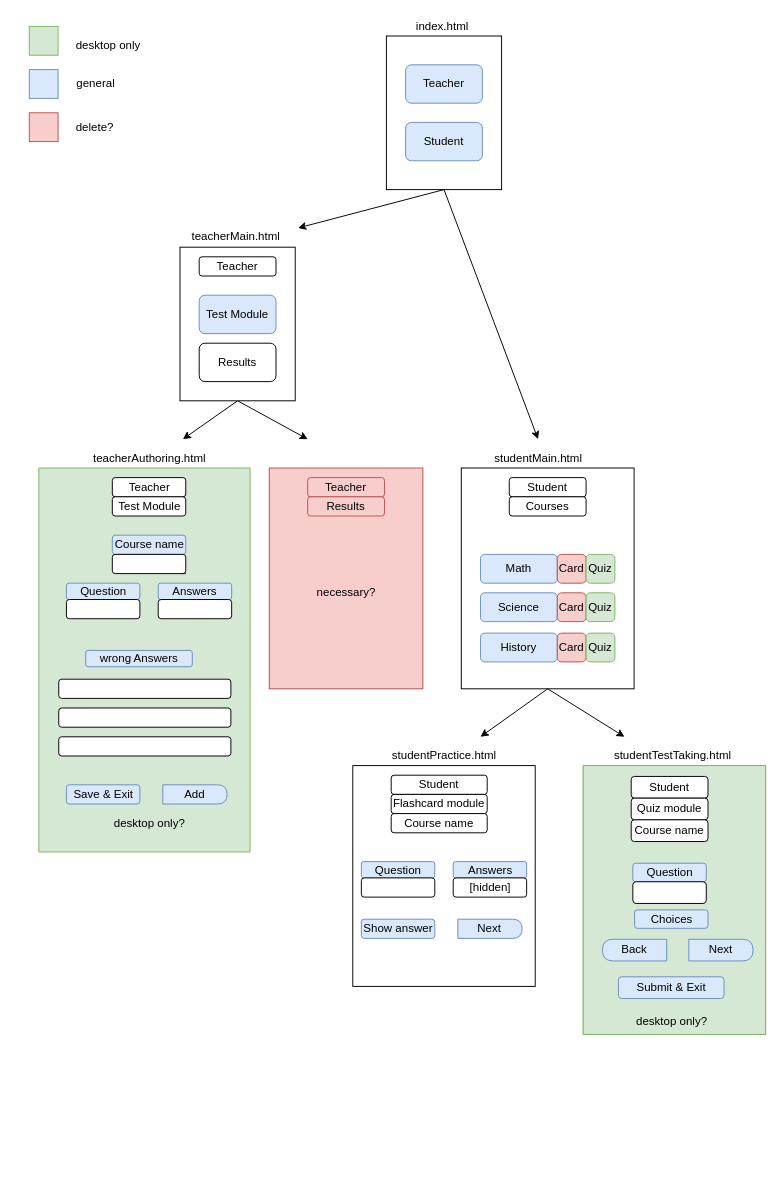
Above: page "index" (1 of 6) of Untitled Diagram.drawio in Yousef-Emadi/ZOE-Website (draw.io), before the change. Source tidied: cells renumbered, new cells numbered last; positions are measured from the earlier drawing's top-left corner, leaving out a move shared by most shapes. Both pictures are drawn from the tidied source at 96%, with x=0, y=0 at pixel (29, 16).
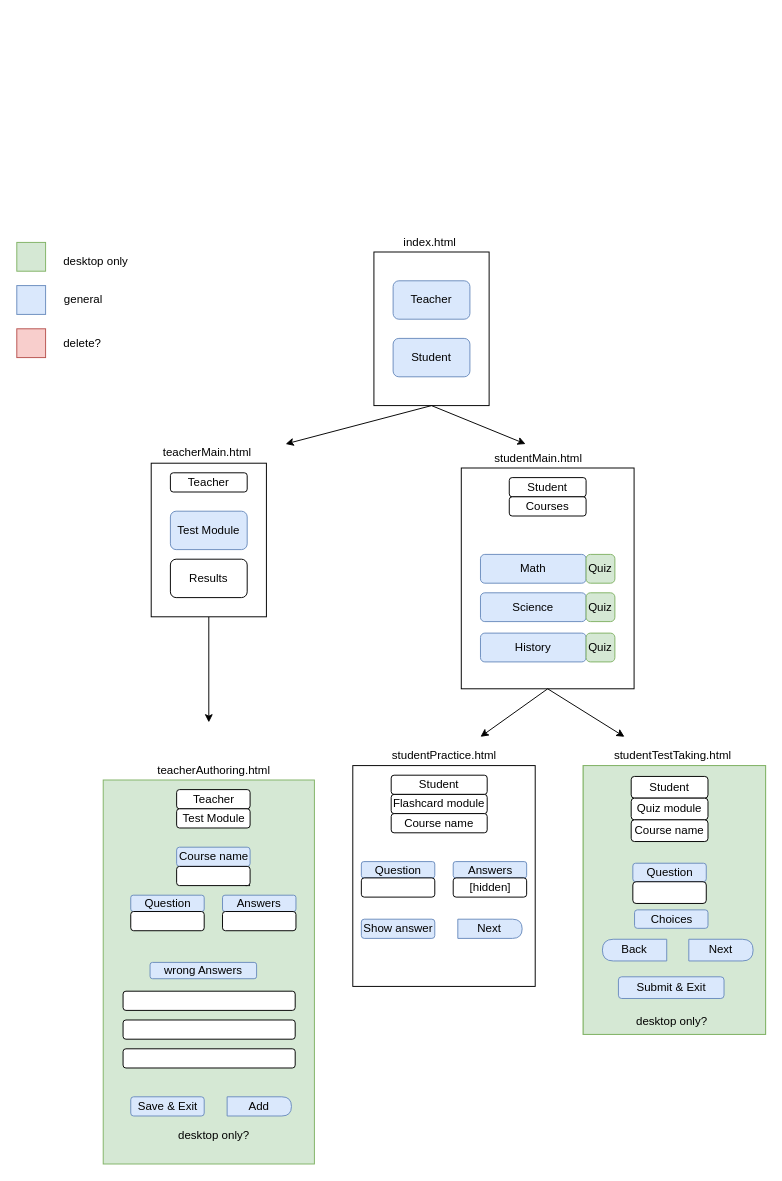
The same page after the edit.

The change refers to these unchanged cells:
```xml
<mxCell id="52" style="rounded=0;whiteSpace=wrap;html=1;" parent="51" vertex="1">
  <mxGeometry width="120" height="160" as="geometry" />
</mxCell>
```

Diff of the diagram source:
```diff
@@
     <mxCell id="2" style="rounded=0;whiteSpace=wrap;html=1;" parent="1" vertex="1">
-      <mxGeometry x="372" y="20" width="120" height="160" as="geometry" />
+      <mxGeometry x="359" y="245" width="120" height="160" as="geometry" />
     </mxCell>
     <mxCell id="3" style="endArrow=classic;html=1;exitX=0.5;exitY=1;exitDx=0;exitDy=0;" parent="1" edge="1" source="2">
       <mxGeometry relative="1" as="geometry">
-        <mxPoint x="530" y="440" as="targetPoint" />
+        <mxPoint x="517" y="445" as="targetPoint" />
       </mxGeometry>
     </mxCell>
     <mxCell id="4" style="endArrow=classic;html=1;exitX=0.5;exitY=1;exitDx=0;exitDy=0;" parent="1" edge="1" source="2">
       <mxGeometry relative="1" as="geometry">
-        <mxPoint x="280" y="220" as="targetPoint" />
+        <mxPoint x="267" y="445" as="targetPoint" />
       </mxGeometry>
     </mxCell>
     <mxCell id="5" value="Teacher" style="rounded=1;whiteSpace=wrap;html=1;fillColor=#dae8fc;strokeColor=#6c8ebf;" parent="1" vertex="1">
-      <mxGeometry x="392" y="50" width="80" height="40" as="geometry" />
+      <mxGeometry x="379" y="275" width="80" height="40" as="geometry" />
     </mxCell>
     <mxCell id="6" value="Student" style="rounded=1;whiteSpace=wrap;html=1;fillColor=#dae8fc;strokeColor=#6c8ebf;" parent="1" vertex="1">
-      <mxGeometry x="392" y="110" width="80" height="40" as="geometry" />
+      <mxGeometry x="379" y="335" width="80" height="40" as="geometry" />
     </mxCell>
     <mxCell id="7" style="endArrow=classic;html=1;exitX=0.5;exitY=1;exitDx=0;exitDy=0;" parent="1" edge="1" source="52">
       <mxGeometry relative="1" as="geometry">
-        <mxPoint x="160" y="440" as="targetPoint" />
+        <mxPoint x="187" y="735" as="targetPoint" />
       </mxGeometry>
     </mxCell>
-    <mxCell id="8" style="endArrow=classic;html=1;exitX=0.5;exitY=1;exitDx=0;exitDy=0;" parent="1" edge="1" source="52">
-      <mxGeometry relative="1" as="geometry">
-        <mxPoint x="290" y="440" as="targetPoint" />
-      </mxGeometry>
-    </mxCell>
-    <mxCell id="9" style="group;fillColor=#FF6666;" parent="1" vertex="1">
-      <mxGeometry x="250" y="470" width="160" height="230" as="geometry" />
-    </mxCell>
-    <mxCell id="10" style="rounded=0;whiteSpace=wrap;html=1;fillColor=#f8cecc;strokeColor=#b85450;" parent="9" vertex="1">
-      <mxGeometry width="160" height="230" as="geometry" />
-    </mxCell>
-    <mxCell id="11" value="Teacher" style="rounded=1;whiteSpace=wrap;html=1;fillColor=#f8cecc;strokeColor=#b85450;" parent="9" vertex="1">
-      <mxGeometry x="40" y="10" width="80" height="20" as="geometry" />
-    </mxCell>
-    <mxCell id="12" value="Results" style="rounded=1;whiteSpace=wrap;html=1;fillColor=#f8cecc;strokeColor=#b85450;" parent="9" vertex="1">
-      <mxGeometry x="40" y="30" width="80" height="20" as="geometry" />
-    </mxCell>
-    <mxCell id="13" value="necessary?" style="text;html=1;align=center;verticalAlign=middle;" parent="9" vertex="1">
-      <mxGeometry x="40" y="120" width="80" height="20" as="geometry" />
-    </mxCell>
@@
     <mxCell id="15" value="Math" style="rounded=1;whiteSpace=wrap;html=1;fillColor=#dae8fc;strokeColor=#6c8ebf;" parent="1" vertex="1">
-      <mxGeometry x="470" y="560" width="80" height="30" as="geometry" />
+      <mxGeometry x="470" y="560" width="110" height="30" as="geometry" />
     </mxCell>
     <mxCell id="16" value="Science" style="rounded=1;whiteSpace=wrap;html=1;fillColor=#dae8fc;strokeColor=#6c8ebf;" parent="1" vertex="1">
-      <mxGeometry x="470" y="600" width="80" height="30" as="geometry" />
+      <mxGeometry x="470" y="600" width="110" height="30" as="geometry" />
     </mxCell>
     <mxCell id="17" value="History" style="rounded=1;whiteSpace=wrap;html=1;fillColor=#dae8fc;strokeColor=#6c8ebf;" parent="1" vertex="1">
-      <mxGeometry x="470" y="642" width="80" height="30" as="geometry" />
+      <mxGeometry x="470" y="642" width="110" height="30" as="geometry" />
     </mxCell>
@@
-    <mxCell id="20" value="Card" style="rounded=1;whiteSpace=wrap;html=1;fillColor=#f8cecc;strokeColor=#b85450;" parent="1" vertex="1">
-      <mxGeometry x="550" y="560" width="30" height="30" as="geometry" />
-    </mxCell>
@@
-    <mxCell id="22" value="Card" style="rounded=1;whiteSpace=wrap;html=1;fillColor=#f8cecc;strokeColor=#b85450;" parent="1" vertex="1">
-      <mxGeometry x="550" y="600" width="30" height="30" as="geometry" />
-    </mxCell>
@@
-    <mxCell id="24" value="Card" style="rounded=1;whiteSpace=wrap;html=1;fillColor=#f8cecc;strokeColor=#b85450;" parent="1" vertex="1">
-      <mxGeometry x="550" y="642" width="30" height="30" as="geometry" />
-    </mxCell>
@@
     <mxCell id="51" style="group;" parent="1" vertex="1">
-      <mxGeometry x="157" y="240" width="120" height="160" as="geometry" />
+      <mxGeometry x="127" y="465" width="120" height="160" as="geometry" />
     </mxCell>
@@
-    <mxCell id="56" value="teacherAuthoring.html" style="text;html=1;align=center;verticalAlign=middle;fillColor=none;strokeColor=none;rounded=0;" parent="1" vertex="1">
-      <mxGeometry x="60" y="450" width="130" height="20" as="geometry" />
-    </mxCell>
@@
     <mxCell id="58" style="rounded=0;whiteSpace=wrap;html=1;fillColor=#d5e8d4;strokeColor=#82b366;" parent="1" vertex="1">
-      <mxGeometry y="10" width="30" height="30" as="geometry" />
+      <mxGeometry x="-13" y="235" width="30" height="30" as="geometry" />
     </mxCell>
     <mxCell id="59" style="rounded=0;whiteSpace=wrap;html=1;fillColor=#dae8fc;strokeColor=#6c8ebf;" parent="1" vertex="1">
-      <mxGeometry y="55" width="30" height="30" as="geometry" />
+      <mxGeometry x="-13" y="280" width="30" height="30" as="geometry" />
     </mxCell>
     <mxCell id="60" style="rounded=0;whiteSpace=wrap;html=1;fillColor=#f8cecc;strokeColor=#b85450;" parent="1" vertex="1">
-      <mxGeometry y="100" width="30" height="30" as="geometry" />
+      <mxGeometry x="-13" y="325" width="30" height="30" as="geometry" />
     </mxCell>
     <mxCell id="61" value="desktop only" style="text;html=1;align=center;verticalAlign=middle;" parent="1" vertex="1">
-      <mxGeometry x="42" y="20" width="80" height="20" as="geometry" />
+      <mxGeometry x="29" y="245" width="80" height="20" as="geometry" />
     </mxCell>
     <mxCell id="62" value="delete?" style="text;html=1;align=center;verticalAlign=middle;" parent="1" vertex="1">
-      <mxGeometry x="43" y="105" width="50" height="20" as="geometry" />
+      <mxGeometry x="30" y="330" width="50" height="20" as="geometry" />
     </mxCell>
     <mxCell id="63" value="general" style="text;html=1;align=center;verticalAlign=middle;" parent="1" vertex="1">
-      <mxGeometry x="39" y="60" width="60" height="20" as="geometry" />
+      <mxGeometry x="26" y="285" width="60" height="20" as="geometry" />
     </mxCell>
     <mxCell id="64" value="teacherMain.html" style="text;html=1;align=center;verticalAlign=middle;" parent="1" vertex="1">
-      <mxGeometry x="160" y="219" width="110" height="20" as="geometry" />
+      <mxGeometry x="130" y="444" width="110" height="20" as="geometry" />
     </mxCell>
     <mxCell id="65" value="index.html" style="text;html=1;align=center;verticalAlign=middle;" parent="1" vertex="1">
-      <mxGeometry x="395" width="70" height="20" as="geometry" />
+      <mxGeometry x="382" y="225" width="70" height="20" as="geometry" />
     </mxCell>
@@
+    <mxCell id="85" style="group;" parent="1" vertex="1">
+      <mxGeometry x="77" y="775" width="220" height="420" as="geometry" />
+    </mxCell>
+    <mxCell id="56" value="teacherAuthoring.html" style="text;html=1;align=center;verticalAlign=middle;fillColor=none;strokeColor=none;rounded=0;" parent="85" vertex="1">
+      <mxGeometry x="50" width="130" height="20" as="geometry" />
+    </mxCell>
-    <mxCell id="68" style="rounded=0;whiteSpace=wrap;html=1;fillColor=#d5e8d4;strokeColor=#82b366;" parent="1" vertex="1">
-      <mxGeometry x="10" y="470" width="220" height="400" as="geometry" />
+    <mxCell id="68" style="rounded=0;whiteSpace=wrap;html=1;fillColor=#d5e8d4;strokeColor=#82b366;" parent="85" vertex="1">
+      <mxGeometry y="20" width="220" height="400" as="geometry" />
     </mxCell>
-    <mxCell id="69" value="Teacher" style="rounded=1;whiteSpace=wrap;html=1;" parent="1" vertex="1">
-      <mxGeometry x="86.5" y="480" width="76.5" height="20" as="geometry" />
+    <mxCell id="69" value="Teacher" style="rounded=1;whiteSpace=wrap;html=1;" parent="85" vertex="1">
+      <mxGeometry x="76.5" y="30" width="76.5" height="20" as="geometry" />
     </mxCell>
-    <mxCell id="70" style="edgeStyle=orthogonalEdgeStyle;rounded=0;orthogonalLoop=1;jettySize=auto;html=1;exitX=1;exitY=0;exitDx=0;exitDy=0;fontSize=8;" parent="1" edge="1">
-      <mxGeometry x="40" y="490" as="geometry">
-        <mxPoint x="163" y="580" as="sourcePoint" />
-        <mxPoint x="158.3" y="560" as="targetPoint" />
+    <mxCell id="70" style="edgeStyle=orthogonalEdgeStyle;rounded=0;orthogonalLoop=1;jettySize=auto;html=1;exitX=1;exitY=0;exitDx=0;exitDy=0;fontSize=8;" parent="85" edge="1">
+      <mxGeometry y="20" as="geometry">
+        <mxPoint x="153" y="130" as="sourcePoint" />
+        <mxPoint x="148.3" y="110" as="targetPoint" />
       </mxGeometry>
     </mxCell>
-    <mxCell id="71" value="Question" style="rounded=1;whiteSpace=wrap;html=1;fillColor=#dae8fc;strokeColor=#6c8ebf;" parent="1" vertex="1">
-      <mxGeometry x="38.7" y="590" width="76.5" height="17" as="geometry" />
+    <mxCell id="71" value="Question" style="rounded=1;whiteSpace=wrap;html=1;fillColor=#dae8fc;strokeColor=#6c8ebf;" parent="85" vertex="1">
+      <mxGeometry x="28.7" y="140" width="76.5" height="17" as="geometry" />
     </mxCell>
-    <mxCell id="72" value="Test Module" style="rounded=1;whiteSpace=wrap;html=1;" parent="1" vertex="1">
-      <mxGeometry x="86.5" y="500" width="76.5" height="20" as="geometry" />
+    <mxCell id="72" value="Test Module" style="rounded=1;whiteSpace=wrap;html=1;" parent="85" vertex="1">
+      <mxGeometry x="76.5" y="50" width="76.5" height="20" as="geometry" />
     </mxCell>
-    <mxCell id="73" value="Course name" style="rounded=1;whiteSpace=wrap;html=1;fillColor=#dae8fc;strokeColor=#6c8ebf;" parent="1" vertex="1">
-      <mxGeometry x="86.5" y="540" width="76.5" height="20" as="geometry" />
+    <mxCell id="73" value="Course name" style="rounded=1;whiteSpace=wrap;html=1;fillColor=#dae8fc;strokeColor=#6c8ebf;" parent="85" vertex="1">
+      <mxGeometry x="76.5" y="90" width="76.5" height="20" as="geometry" />
     </mxCell>
-    <mxCell id="74" style="rounded=1;whiteSpace=wrap;html=1;" parent="1" vertex="1">
-      <mxGeometry x="86.5" y="560" width="76.5" height="20" as="geometry" />
+    <mxCell id="74" style="rounded=1;whiteSpace=wrap;html=1;" parent="85" vertex="1">
+      <mxGeometry x="76.5" y="110" width="76.5" height="20" as="geometry" />
     </mxCell>
-    <mxCell id="75" style="rounded=1;whiteSpace=wrap;html=1;" parent="1" vertex="1">
-      <mxGeometry x="38.7" y="607" width="76.5" height="20" as="geometry" />
+    <mxCell id="75" style="rounded=1;whiteSpace=wrap;html=1;" parent="85" vertex="1">
+      <mxGeometry x="28.7" y="157" width="76.5" height="20" as="geometry" />
     </mxCell>
-    <mxCell id="76" value="Answers" style="rounded=1;whiteSpace=wrap;html=1;fillColor=#dae8fc;strokeColor=#6c8ebf;" parent="1" vertex="1">
-      <mxGeometry x="134.3" y="590" width="76.5" height="17" as="geometry" />
+    <mxCell id="76" value="Answers" style="rounded=1;whiteSpace=wrap;html=1;fillColor=#dae8fc;strokeColor=#6c8ebf;" parent="85" vertex="1">
+      <mxGeometry x="124.3" y="140" width="76.5" height="17" as="geometry" />
     </mxCell>
-    <mxCell id="77" style="rounded=1;whiteSpace=wrap;html=1;" parent="1" vertex="1">
-      <mxGeometry x="134.3" y="607" width="76.5" height="20" as="geometry" />
+    <mxCell id="77" style="rounded=1;whiteSpace=wrap;html=1;" parent="85" vertex="1">
+      <mxGeometry x="124.3" y="157" width="76.5" height="20" as="geometry" />
     </mxCell>
-    <mxCell id="78" value="Add" style="shape=delay;whiteSpace=wrap;html=1;fontSize=12;fillColor=#dae8fc;strokeColor=#6c8ebf;" parent="1" vertex="1">
-      <mxGeometry x="139.1" y="800" width="67" height="20" as="geometry" />
+    <mxCell id="78" value="Add" style="shape=delay;whiteSpace=wrap;html=1;fontSize=12;fillColor=#dae8fc;strokeColor=#6c8ebf;" parent="85" vertex="1">
+      <mxGeometry x="129.1" y="350" width="67" height="20" as="geometry" />
     </mxCell>
-    <mxCell id="79" value="Save &amp;amp; Exit" style="rounded=1;whiteSpace=wrap;html=1;fillColor=#dae8fc;strokeColor=#6c8ebf;" parent="1" vertex="1">
-      <mxGeometry x="38.7" y="800" width="76.5" height="20" as="geometry" />
+    <mxCell id="79" value="Save &amp;amp; Exit" style="rounded=1;whiteSpace=wrap;html=1;fillColor=#dae8fc;strokeColor=#6c8ebf;" parent="85" vertex="1">
+      <mxGeometry x="28.7" y="350" width="76.5" height="20" as="geometry" />
     </mxCell>
-    <mxCell id="80" value="desktop only?" style="text;html=1;align=center;verticalAlign=middle;" parent="1" vertex="1">
-      <mxGeometry x="80" y="830" width="90" height="20" as="geometry" />
+    <mxCell id="80" value="desktop only?" style="text;html=1;align=center;verticalAlign=middle;" parent="85" vertex="1">
+      <mxGeometry x="70" y="380" width="90" height="20" as="geometry" />
     </mxCell>
-    <mxCell id="81" value="wrong Answers" style="rounded=1;whiteSpace=wrap;html=1;fillColor=#dae8fc;strokeColor=#6c8ebf;" parent="1" vertex="1">
-      <mxGeometry x="58.8" y="660" width="111" height="17" as="geometry" />
+    <mxCell id="81" value="wrong Answers" style="rounded=1;whiteSpace=wrap;html=1;fillColor=#dae8fc;strokeColor=#6c8ebf;" parent="85" vertex="1">
+      <mxGeometry x="48.8" y="210" width="111" height="17" as="geometry" />
     </mxCell>
-    <mxCell id="82" style="rounded=1;whiteSpace=wrap;html=1;" parent="1" vertex="1">
-      <mxGeometry x="30.7" y="690" width="179.3" height="20" as="geometry" />
+    <mxCell id="82" style="rounded=1;whiteSpace=wrap;html=1;" parent="85" vertex="1">
+      <mxGeometry x="20.7" y="240" width="179.3" height="20" as="geometry" />
     </mxCell>
-    <mxCell id="83" style="rounded=1;whiteSpace=wrap;html=1;" parent="1" vertex="1">
-      <mxGeometry x="30.7" y="720" width="179.3" height="20" as="geometry" />
+    <mxCell id="83" style="rounded=1;whiteSpace=wrap;html=1;" parent="85" vertex="1">
+      <mxGeometry x="20.7" y="270" width="179.3" height="20" as="geometry" />
     </mxCell>
-    <mxCell id="84" style="rounded=1;whiteSpace=wrap;html=1;" parent="1" vertex="1">
-      <mxGeometry x="30.7" y="750" width="179.3" height="20" as="geometry" />
+    <mxCell id="84" style="rounded=1;whiteSpace=wrap;html=1;" parent="85" vertex="1">
+      <mxGeometry x="20.7" y="300" width="179.3" height="20" as="geometry" />
     </mxCell>
```
